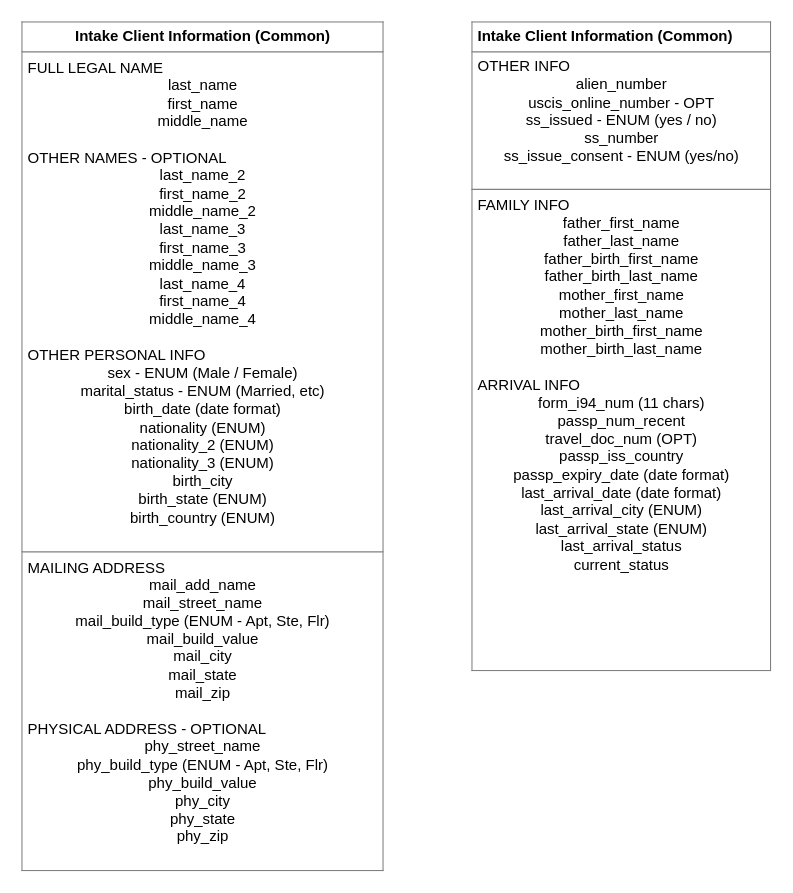
Above: page "Client Info Common" (6 of 7) of Architecture.drawio in Nabeel-etx/law-draw-io (draw.io), before the change. Source tidied: cells renumbered, new cells numbered last; positions are measured from the earlier drawing's top-left corner, leaving out a move shared by most shapes. Both pictures are drawn from the tidied source at 125%, with x=0, y=0 at pixel (21, 21).
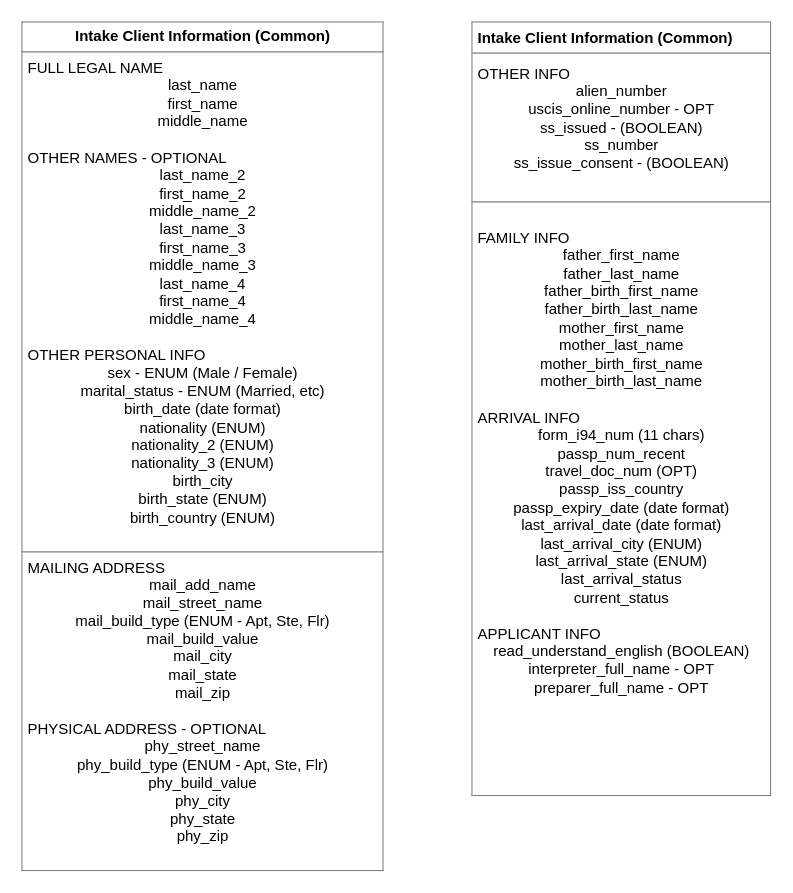
After the change.

Change to the diagram source:
```diff
@@
 <mxGraphModel>
   <root>
     <mxCell id="0" />
     <mxCell id="1" parent="0" />
     <mxCell id="2" value="&lt;table border=&quot;1&quot; width=&quot;100%&quot; height=&quot;100%&quot; cellpadding=&quot;4&quot; style=&quot;width:100%;height:100%;border-collapse:collapse;&quot;&gt;&lt;tbody&gt;&lt;tr&gt;&lt;th align=&quot;center&quot;&gt;&lt;b&gt;Intake Client Information (Common)&lt;/b&gt;&lt;/th&gt;&lt;/tr&gt;&lt;tr&gt;&lt;td&gt;&lt;div style=&quot;&quot;&gt;&lt;span style=&quot;background-color: transparent; color: light-dark(rgb(0, 0, 0), rgb(255, 255, 255));&quot;&gt;FULL LEGAL NAME&lt;/span&gt;&lt;/div&gt;&lt;div style=&quot;text-align: center;&quot;&gt;&lt;span style=&quot;background-color: transparent; color: light-dark(rgb(0, 0, 0), rgb(255, 255, 255));&quot;&gt;last_name&lt;/span&gt;&lt;/div&gt;&lt;div style=&quot;text-align: center;&quot;&gt;&lt;span style=&quot;background-color: transparent; color: light-dark(rgb(0, 0, 0), rgb(255, 255, 255));&quot;&gt;first_name&lt;/span&gt;&lt;/div&gt;&lt;div style=&quot;text-align: center;&quot;&gt;&lt;span style=&quot;background-color: transparent; color: light-dark(rgb(0, 0, 0), rgb(255, 255, 255));&quot;&gt;middle_name&lt;/span&gt;&lt;/div&gt;&lt;div style=&quot;text-align: center;&quot;&gt;&lt;br&gt;&lt;/div&gt;&lt;div style=&quot;&quot;&gt;&lt;span style=&quot;background-color: transparent; color: light-dark(rgb(0, 0, 0), rgb(255, 255, 255));&quot;&gt;OTHER NAMES - OPTIONAL&lt;/span&gt;&lt;/div&gt;&lt;div style=&quot;text-align: center;&quot;&gt;&lt;span style=&quot;background-color: transparent; color: light-dark(rgb(0, 0, 0), rgb(255, 255, 255));&quot;&gt;last_name_2&lt;/span&gt;&lt;/div&gt;&lt;div style=&quot;text-align: center;&quot;&gt;&lt;span style=&quot;background-color: transparent; color: light-dark(rgb(0, 0, 0), rgb(255, 255, 255));&quot;&gt;first_name_2&lt;/span&gt;&lt;/div&gt;&lt;div style=&quot;text-align: center;&quot;&gt;&lt;span style=&quot;background-color: transparent; color: light-dark(rgb(0, 0, 0), rgb(255, 255, 255));&quot;&gt;middle_name_2&lt;/span&gt;&lt;/div&gt;&lt;div style=&quot;text-align: center;&quot;&gt;&lt;span style=&quot;background-color: transparent; color: light-dark(rgb(0, 0, 0), rgb(255, 255, 255));&quot;&gt;last_name_3&lt;/span&gt;&lt;/div&gt;&lt;div style=&quot;text-align: center;&quot;&gt;&lt;span style=&quot;background-color: transparent; color: light-dark(rgb(0, 0, 0), rgb(255, 255, 255));&quot;&gt;first_name_3&lt;/span&gt;&lt;/div&gt;&lt;div style=&quot;text-align: center;&quot;&gt;&lt;span style=&quot;background-color: transparent; color: light-dark(rgb(0, 0, 0), rgb(255, 255, 255));&quot;&gt;middle_name_3&lt;/span&gt;&lt;/div&gt;&lt;div style=&quot;text-align: center;&quot;&gt;&lt;span style=&quot;background-color: transparent; color: light-dark(rgb(0, 0, 0), rgb(255, 255, 255));&quot;&gt;last_name_4&lt;/span&gt;&lt;/div&gt;&lt;div style=&quot;text-align: center;&quot;&gt;&lt;span style=&quot;background-color: transparent; color: light-dark(rgb(0, 0, 0), rgb(255, 255, 255));&quot;&gt;first_name_4&lt;/span&gt;&lt;/div&gt;&lt;div style=&quot;text-align: center;&quot;&gt;&lt;span style=&quot;background-color: transparent; color: light-dark(rgb(0, 0, 0), rgb(255, 255, 255));&quot;&gt;middle_name_4&lt;/span&gt;&lt;/div&gt;&lt;div style=&quot;text-align: center;&quot;&gt;&lt;span style=&quot;background-color: transparent; color: light-dark(rgb(0, 0, 0), rgb(255, 255, 255));&quot;&gt;&lt;br&gt;&lt;/span&gt;&lt;/div&gt;&lt;div style=&quot;&quot;&gt;&lt;span style=&quot;background-color: transparent; color: light-dark(rgb(0, 0, 0), rgb(255, 255, 255));&quot;&gt;OTHER PERSONAL INFO&lt;/span&gt;&lt;/div&gt;&lt;div style=&quot;&quot;&gt;&lt;div style=&quot;text-align: center;&quot;&gt;sex - ENUM (Male / Female)&lt;/div&gt;&lt;div style=&quot;text-align: center;&quot;&gt;marital_status - ENUM (Married, etc)&lt;/div&gt;&lt;div style=&quot;text-align: center;&quot;&gt;birth_date (date format)&lt;/div&gt;&lt;div style=&quot;text-align: center;&quot;&gt;nationality (ENUM)&lt;/div&gt;&lt;div style=&quot;text-align: center;&quot;&gt;nationality_2 (ENUM)&lt;/div&gt;&lt;div style=&quot;text-align: center;&quot;&gt;nationality_3 (ENUM)&lt;/div&gt;&lt;div style=&quot;text-align: center;&quot;&gt;&lt;span style=&quot;background-color: transparent; color: light-dark(rgb(0, 0, 0), rgb(255, 255, 255));&quot;&gt;birth_city&lt;/span&gt;&lt;/div&gt;&lt;div style=&quot;text-align: center;&quot;&gt;birth_state (ENUM)&lt;/div&gt;&lt;div style=&quot;text-align: center;&quot;&gt;birth_country (ENUM)&lt;/div&gt;&lt;div style=&quot;text-align: center;&quot;&gt;&lt;br&gt;&lt;/div&gt;&lt;/div&gt;&lt;/td&gt;&lt;/tr&gt;&lt;tr&gt;&lt;td&gt;&lt;div style=&quot;&quot;&gt;&lt;span style=&quot;background-color: transparent; color: light-dark(rgb(0, 0, 0), rgb(255, 255, 255));&quot;&gt;MAILING ADDRESS&lt;/span&gt;&lt;/div&gt;&lt;div style=&quot;text-align: center;&quot;&gt;&lt;span style=&quot;background-color: transparent; color: light-dark(rgb(0, 0, 0), rgb(255, 255, 255));&quot;&gt;mail_add_name&lt;/span&gt;&lt;/div&gt;&lt;div style=&quot;text-align: center;&quot;&gt;&lt;span style=&quot;background-color: transparent; color: light-dark(rgb(0, 0, 0), rgb(255, 255, 255));&quot;&gt;mail_street_name&lt;/span&gt;&lt;/div&gt;&lt;div style=&quot;text-align: center;&quot;&gt;&lt;span style=&quot;background-color: transparent; color: light-dark(rgb(0, 0, 0), rgb(255, 255, 255));&quot;&gt;mail_build_type (ENUM - Apt, Ste, Flr)&lt;/span&gt;&lt;/div&gt;&lt;div style=&quot;text-align: center;&quot;&gt;&lt;span style=&quot;background-color: transparent; color: light-dark(rgb(0, 0, 0), rgb(255, 255, 255));&quot;&gt;mail_build_value&lt;/span&gt;&lt;/div&gt;&lt;div style=&quot;text-align: center;&quot;&gt;&lt;span style=&quot;background-color: transparent; color: light-dark(rgb(0, 0, 0), rgb(255, 255, 255));&quot;&gt;mail_city&lt;/span&gt;&lt;/div&gt;&lt;div style=&quot;text-align: center;&quot;&gt;&lt;span style=&quot;background-color: transparent; color: light-dark(rgb(0, 0, 0), rgb(255, 255, 255));&quot;&gt;mail_state&lt;/span&gt;&lt;/div&gt;&lt;div style=&quot;text-align: center;&quot;&gt;&lt;span style=&quot;background-color: transparent; color: light-dark(rgb(0, 0, 0), rgb(255, 255, 255));&quot;&gt;mail_zip&lt;/span&gt;&lt;/div&gt;&lt;br&gt;&lt;div style=&quot;&quot;&gt;&lt;span style=&quot;background-color: transparent; color: light-dark(rgb(0, 0, 0), rgb(255, 255, 255));&quot;&gt;PHYSICAL ADDRESS - OPTIONAL&lt;/span&gt;&lt;/div&gt;&lt;div style=&quot;text-align: center;&quot;&gt;&lt;span style=&quot;background-color: transparent; color: light-dark(rgb(0, 0, 0), rgb(255, 255, 255));&quot;&gt;phy_street_name&lt;/span&gt;&lt;/div&gt;&lt;div style=&quot;text-align: center;&quot;&gt;&lt;span style=&quot;background-color: transparent; color: light-dark(rgb(0, 0, 0), rgb(255, 255, 255));&quot;&gt;phy_build_type (ENUM - Apt, Ste, Flr)&lt;/span&gt;&lt;/div&gt;&lt;div style=&quot;text-align: center;&quot;&gt;&lt;span style=&quot;background-color: transparent; color: light-dark(rgb(0, 0, 0), rgb(255, 255, 255));&quot;&gt;phy_build_value&lt;/span&gt;&lt;/div&gt;&lt;div style=&quot;text-align: center;&quot;&gt;&lt;span style=&quot;background-color: transparent; color: light-dark(rgb(0, 0, 0), rgb(255, 255, 255));&quot;&gt;phy_city&lt;/span&gt;&lt;/div&gt;&lt;div style=&quot;text-align: center;&quot;&gt;&lt;span style=&quot;background-color: transparent; color: light-dark(rgb(0, 0, 0), rgb(255, 255, 255));&quot;&gt;phy_state&lt;/span&gt;&lt;/div&gt;&lt;div style=&quot;text-align: center;&quot;&gt;&lt;span style=&quot;background-color: transparent; color: light-dark(rgb(0, 0, 0), rgb(255, 255, 255));&quot;&gt;phy_zip&lt;/span&gt;&lt;/div&gt;&lt;br&gt;&lt;/td&gt;&lt;/tr&gt;&lt;/tbody&gt;&lt;/table&gt;" style="text;html=1;whiteSpace=wrap;strokeColor=none;fillColor=none;overflow=fill;" parent="1" vertex="1">
       <mxGeometry width="290" height="680" as="geometry" />
     </mxCell>
-    <mxCell id="3" value="&lt;table border=&quot;1&quot; width=&quot;100%&quot; height=&quot;100%&quot; cellpadding=&quot;4&quot; style=&quot;width:100%;height:100%;border-collapse:collapse;&quot;&gt;&lt;tbody&gt;&lt;tr&gt;&lt;th&gt;&lt;b&gt;Intake Client Information (Common)&lt;/b&gt;&lt;/th&gt;&lt;/tr&gt;&lt;tr&gt;&lt;td&gt;&lt;div style=&quot;&quot;&gt;OTHER INFO&lt;/div&gt;&lt;div style=&quot;text-align: center;&quot;&gt;alien_number&lt;/div&gt;&lt;div style=&quot;text-align: center;&quot;&gt;uscis_online_number - OPT&lt;/div&gt;&lt;div style=&quot;text-align: center;&quot;&gt;&lt;span style=&quot;background-color: transparent; color: light-dark(rgb(0, 0, 0), rgb(255, 255, 255));&quot;&gt;ss_issued - ENUM (yes / no)&lt;/span&gt;&lt;/div&gt;&lt;div style=&quot;text-align: center;&quot;&gt;&lt;span style=&quot;background-color: transparent; color: light-dark(rgb(0, 0, 0), rgb(255, 255, 255));&quot;&gt;ss_number&lt;/span&gt;&lt;/div&gt;&lt;div style=&quot;text-align: center;&quot;&gt;&lt;span style=&quot;background-color: transparent; color: light-dark(rgb(0, 0, 0), rgb(255, 255, 255));&quot;&gt;ss_issue_consent - ENUM (yes/no)&lt;/span&gt;&lt;/div&gt;&lt;br&gt;&lt;/td&gt;&lt;/tr&gt;&lt;tr&gt;&lt;td&gt;&lt;div style=&quot;&quot;&gt;&lt;span style=&quot;background-color: transparent; color: light-dark(rgb(0, 0, 0), rgb(255, 255, 255));&quot;&gt;FAMILY INFO&lt;/span&gt;&lt;/div&gt;&lt;div style=&quot;text-align: center;&quot;&gt;&lt;span style=&quot;background-color: transparent; color: light-dark(rgb(0, 0, 0), rgb(255, 255, 255));&quot;&gt;father_first_name&lt;/span&gt;&lt;/div&gt;&lt;div style=&quot;text-align: center;&quot;&gt;&lt;span style=&quot;background-color: transparent; color: light-dark(rgb(0, 0, 0), rgb(255, 255, 255));&quot;&gt;father_last_name&lt;/span&gt;&lt;/div&gt;&lt;div style=&quot;text-align: center;&quot;&gt;&lt;span style=&quot;background-color: transparent; color: light-dark(rgb(0, 0, 0), rgb(255, 255, 255));&quot;&gt;father_birth_first_name&lt;/span&gt;&lt;/div&gt;&lt;div style=&quot;text-align: center;&quot;&gt;&lt;span style=&quot;background-color: transparent; color: light-dark(rgb(0, 0, 0), rgb(255, 255, 255));&quot;&gt;father_birth_last_name&lt;/span&gt;&lt;/div&gt;&lt;div style=&quot;text-align: center;&quot;&gt;&lt;span style=&quot;background-color: transparent; color: light-dark(rgb(0, 0, 0), rgb(255, 255, 255));&quot;&gt;mother_first_name&lt;/span&gt;&lt;/div&gt;&lt;div style=&quot;text-align: center;&quot;&gt;&lt;span style=&quot;background-color: transparent; color: light-dark(rgb(0, 0, 0), rgb(255, 255, 255));&quot;&gt;mother_last_name&lt;/span&gt;&lt;/div&gt;&lt;div style=&quot;text-align: center;&quot;&gt;mother_birth_first_name&lt;/div&gt;&lt;div style=&quot;text-align: center;&quot;&gt;mother_birth_last_name&lt;/div&gt;&lt;div style=&quot;text-align: center;&quot;&gt;&lt;br&gt;&lt;/div&gt;&lt;div style=&quot;&quot;&gt;ARRIVAL INFO&lt;/div&gt;&lt;div style=&quot;text-align: center;&quot;&gt;form_i94_num (11 chars)&lt;/div&gt;&lt;div style=&quot;text-align: center;&quot;&gt;passp_num_recent&lt;/div&gt;&lt;div style=&quot;text-align: center;&quot;&gt;travel_doc_num (OPT)&lt;/div&gt;&lt;div style=&quot;text-align: center;&quot;&gt;passp_iss_country&lt;/div&gt;&lt;div style=&quot;text-align: center;&quot;&gt;passp_expiry_date (date format)&lt;/div&gt;&lt;div style=&quot;text-align: center;&quot;&gt;last_arrival_date (date format)&lt;/div&gt;&lt;div style=&quot;text-align: center;&quot;&gt;last_arrival_city (ENUM)&lt;/div&gt;&lt;div style=&quot;text-align: center;&quot;&gt;last_arrival_state (ENUM)&lt;/div&gt;&lt;div style=&quot;text-align: center;&quot;&gt;last_arrival_status&lt;/div&gt;&lt;div style=&quot;text-align: center;&quot;&gt;current_status&lt;/div&gt;&lt;div style=&quot;text-align: center;&quot;&gt;&lt;br&gt;&lt;/div&gt;&lt;div style=&quot;&quot;&gt;&lt;span style=&quot;background-color: transparent; color: light-dark(rgb(0, 0, 0), rgb(255, 255, 255));&quot;&gt;&lt;br&gt;&lt;/span&gt;&lt;/div&gt;&lt;div style=&quot;&quot;&gt;&lt;span style=&quot;background-color: transparent; color: light-dark(rgb(0, 0, 0), rgb(255, 255, 255));&quot;&gt;&lt;br&gt;&lt;/span&gt;&lt;/div&gt;&lt;div style=&quot;&quot;&gt;&lt;span style=&quot;background-color: transparent; color: light-dark(rgb(0, 0, 0), rgb(255, 255, 255));&quot;&gt;&lt;br&gt;&lt;/span&gt;&lt;/div&gt;&lt;br&gt;&lt;/td&gt;&lt;/tr&gt;&lt;/tbody&gt;&lt;/table&gt;" style="text;html=1;whiteSpace=wrap;strokeColor=none;fillColor=none;overflow=fill;align=left;" parent="1" vertex="1">
-      <mxGeometry x="360" width="240" height="520" as="geometry" />
+    <mxCell id="3" value="&lt;table border=&quot;1&quot; width=&quot;100%&quot; height=&quot;100%&quot; cellpadding=&quot;4&quot; style=&quot;width:100%;height:100%;border-collapse:collapse;&quot;&gt;&lt;tbody&gt;&lt;tr&gt;&lt;th&gt;&lt;b&gt;Intake Client Information (Common)&lt;/b&gt;&lt;/th&gt;&lt;/tr&gt;&lt;tr&gt;&lt;td&gt;&lt;div style=&quot;&quot;&gt;OTHER INFO&lt;/div&gt;&lt;div style=&quot;text-align: center;&quot;&gt;alien_number&lt;/div&gt;&lt;div style=&quot;text-align: center;&quot;&gt;uscis_online_number - OPT&lt;/div&gt;&lt;div style=&quot;text-align: center;&quot;&gt;&lt;span style=&quot;background-color: transparent; color: light-dark(rgb(0, 0, 0), rgb(255, 255, 255));&quot;&gt;ss_issued - (BOOLEAN)&lt;/span&gt;&lt;/div&gt;&lt;div style=&quot;text-align: center;&quot;&gt;&lt;span style=&quot;background-color: transparent; color: light-dark(rgb(0, 0, 0), rgb(255, 255, 255));&quot;&gt;ss_number&lt;/span&gt;&lt;/div&gt;&lt;div style=&quot;text-align: center;&quot;&gt;&lt;span style=&quot;background-color: transparent; color: light-dark(rgb(0, 0, 0), rgb(255, 255, 255));&quot;&gt;ss_issue_consent - (BOOLEAN)&lt;/span&gt;&lt;/div&gt;&lt;br&gt;&lt;/td&gt;&lt;/tr&gt;&lt;tr&gt;&lt;td&gt;&lt;div style=&quot;&quot;&gt;&lt;span style=&quot;background-color: transparent; color: light-dark(rgb(0, 0, 0), rgb(255, 255, 255));&quot;&gt;FAMILY INFO&lt;/span&gt;&lt;/div&gt;&lt;div style=&quot;text-align: center;&quot;&gt;&lt;span style=&quot;background-color: transparent; color: light-dark(rgb(0, 0, 0), rgb(255, 255, 255));&quot;&gt;father_first_name&lt;/span&gt;&lt;/div&gt;&lt;div style=&quot;text-align: center;&quot;&gt;&lt;span style=&quot;background-color: transparent; color: light-dark(rgb(0, 0, 0), rgb(255, 255, 255));&quot;&gt;father_last_name&lt;/span&gt;&lt;/div&gt;&lt;div style=&quot;text-align: center;&quot;&gt;&lt;span style=&quot;background-color: transparent; color: light-dark(rgb(0, 0, 0), rgb(255, 255, 255));&quot;&gt;father_birth_first_name&lt;/span&gt;&lt;/div&gt;&lt;div style=&quot;text-align: center;&quot;&gt;&lt;span style=&quot;background-color: transparent; color: light-dark(rgb(0, 0, 0), rgb(255, 255, 255));&quot;&gt;father_birth_last_name&lt;/span&gt;&lt;/div&gt;&lt;div style=&quot;text-align: center;&quot;&gt;&lt;span style=&quot;background-color: transparent; color: light-dark(rgb(0, 0, 0), rgb(255, 255, 255));&quot;&gt;mother_first_name&lt;/span&gt;&lt;/div&gt;&lt;div style=&quot;text-align: center;&quot;&gt;&lt;span style=&quot;background-color: transparent; color: light-dark(rgb(0, 0, 0), rgb(255, 255, 255));&quot;&gt;mother_last_name&lt;/span&gt;&lt;/div&gt;&lt;div style=&quot;text-align: center;&quot;&gt;mother_birth_first_name&lt;/div&gt;&lt;div style=&quot;text-align: center;&quot;&gt;mother_birth_last_name&lt;/div&gt;&lt;div style=&quot;text-align: center;&quot;&gt;&lt;br&gt;&lt;/div&gt;&lt;div style=&quot;&quot;&gt;ARRIVAL INFO&lt;/div&gt;&lt;div style=&quot;text-align: center;&quot;&gt;form_i94_num (11 chars)&lt;/div&gt;&lt;div style=&quot;text-align: center;&quot;&gt;passp_num_recent&lt;/div&gt;&lt;div style=&quot;text-align: center;&quot;&gt;travel_doc_num (OPT)&lt;/div&gt;&lt;div style=&quot;text-align: center;&quot;&gt;passp_iss_country&lt;/div&gt;&lt;div style=&quot;text-align: center;&quot;&gt;passp_expiry_date (date format)&lt;/div&gt;&lt;div style=&quot;text-align: center;&quot;&gt;last_arrival_date (date format)&lt;/div&gt;&lt;div style=&quot;text-align: center;&quot;&gt;last_arrival_city (ENUM)&lt;/div&gt;&lt;div style=&quot;text-align: center;&quot;&gt;last_arrival_state (ENUM)&lt;/div&gt;&lt;div style=&quot;text-align: center;&quot;&gt;last_arrival_status&lt;/div&gt;&lt;div style=&quot;text-align: center;&quot;&gt;current_status&lt;/div&gt;&lt;div style=&quot;text-align: center;&quot;&gt;&lt;br&gt;&lt;/div&gt;&lt;div style=&quot;&quot;&gt;APPLICANT INFO&lt;/div&gt;&lt;div style=&quot;text-align: center;&quot;&gt;read_understand_english (BOOLEAN)&lt;/div&gt;&lt;div style=&quot;text-align: center;&quot;&gt;interpreter_full_name - OPT&lt;/div&gt;&lt;div style=&quot;text-align: center;&quot;&gt;preparer_full_name - OPT&lt;/div&gt;&lt;div style=&quot;&quot;&gt;&lt;span style=&quot;background-color: transparent; color: light-dark(rgb(0, 0, 0), rgb(255, 255, 255));&quot;&gt;&lt;br&gt;&lt;/span&gt;&lt;/div&gt;&lt;div style=&quot;&quot;&gt;&lt;span style=&quot;background-color: transparent; color: light-dark(rgb(0, 0, 0), rgb(255, 255, 255));&quot;&gt;&lt;br&gt;&lt;/span&gt;&lt;/div&gt;&lt;div style=&quot;&quot;&gt;&lt;span style=&quot;background-color: transparent; color: light-dark(rgb(0, 0, 0), rgb(255, 255, 255));&quot;&gt;&lt;br&gt;&lt;/span&gt;&lt;/div&gt;&lt;br&gt;&lt;/td&gt;&lt;/tr&gt;&lt;/tbody&gt;&lt;/table&gt;" style="text;html=1;whiteSpace=wrap;strokeColor=none;fillColor=none;overflow=fill;align=left;" parent="1" vertex="1">
+      <mxGeometry x="360" width="240" height="620" as="geometry" />
     </mxCell>
   </root>
 </mxGraphModel>
```
